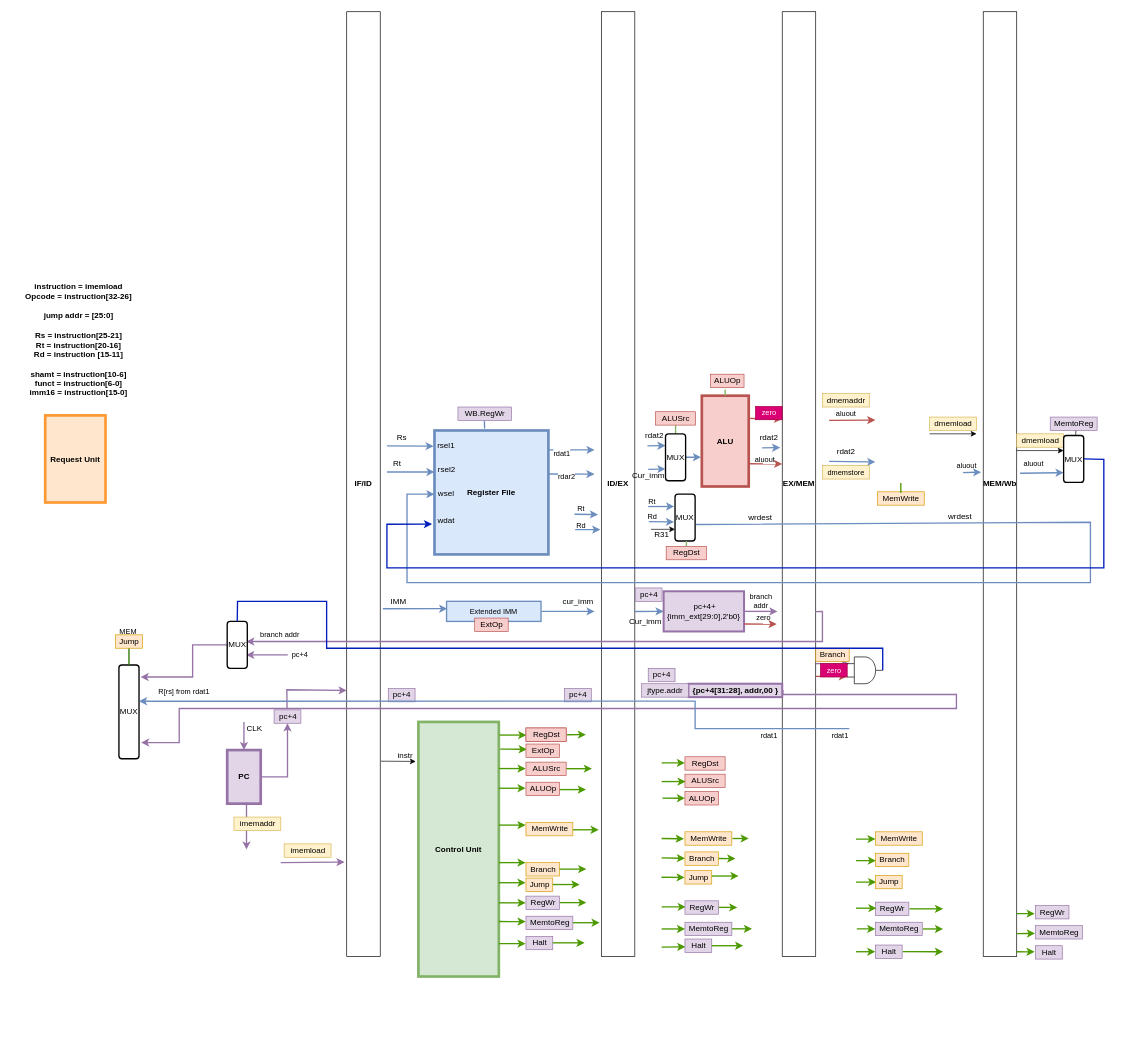
The draw.io diagram pipeline.drawio in vickyfyq/ece437, before the edit. Source tidied: cells renumbered, new cells numbered last; positions are measured from the earlier drawing's top-left corner, leaving out a move shared by most shapes. Both pictures are drawn from the tidied source at 67%, with x=0, y=0 at pixel (11, 11).
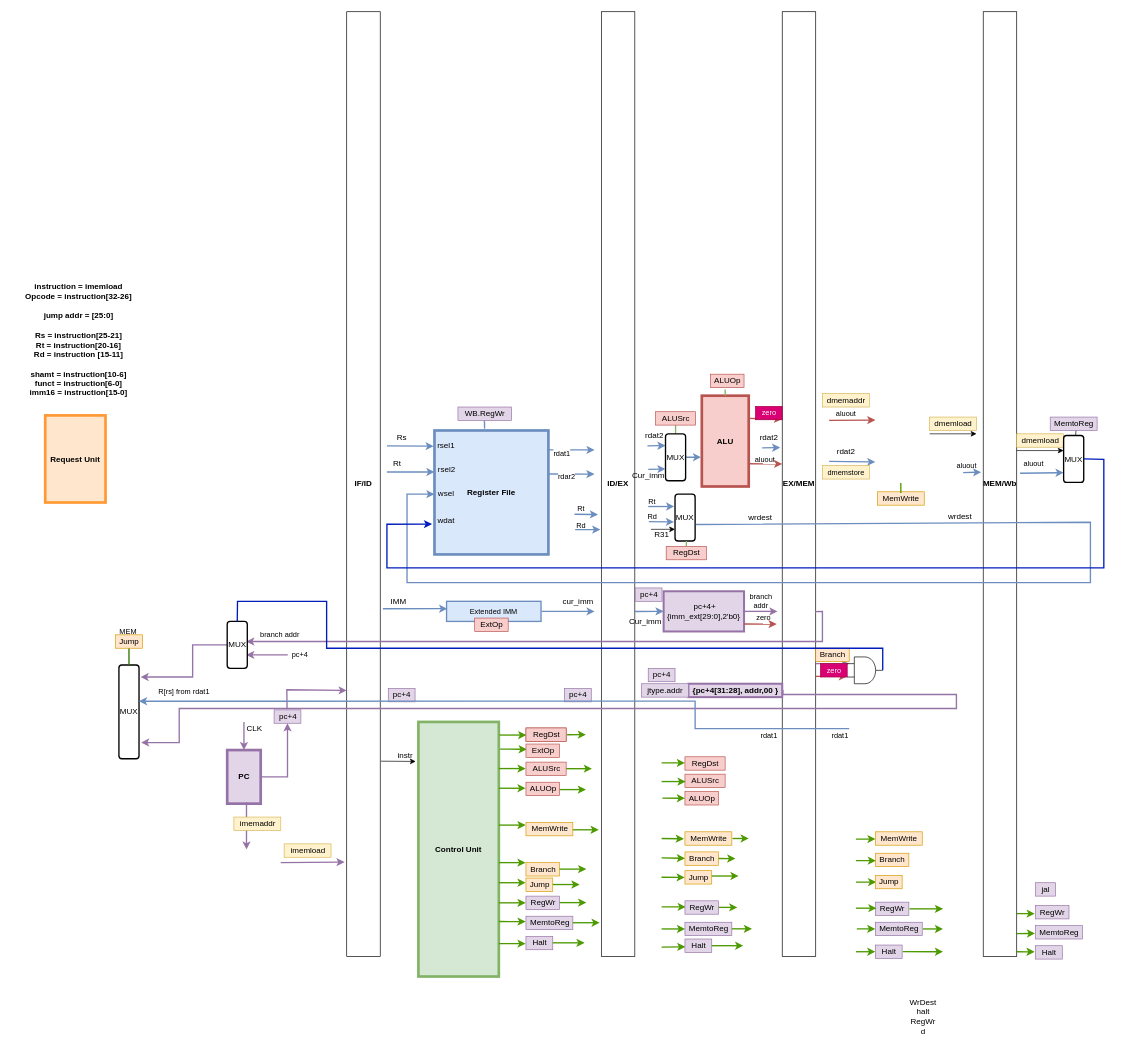
After the change.

The edit, as a diff of the source:
```diff
@@
+    <mxCell id="204" value="jal" style="text;html=1;align=center;verticalAlign=middle;strokeColor=#9673a6;fillColor=#e1d5e7;" parent="1" vertex="1">
+      <mxGeometry x="1528" y="1300" width="30" height="20" as="geometry" />
+    </mxCell>
+    <mxCell id="205" value="WrDest&lt;br&gt;halt&lt;br&gt;RegWr&lt;br&gt;d" style="text;html=1;align=center;verticalAlign=middle;strokeColor=none;fillColor=none;" parent="1" vertex="1">
+      <mxGeometry x="1330" y="1470" width="60" height="60" as="geometry" />
+    </mxCell>
```
